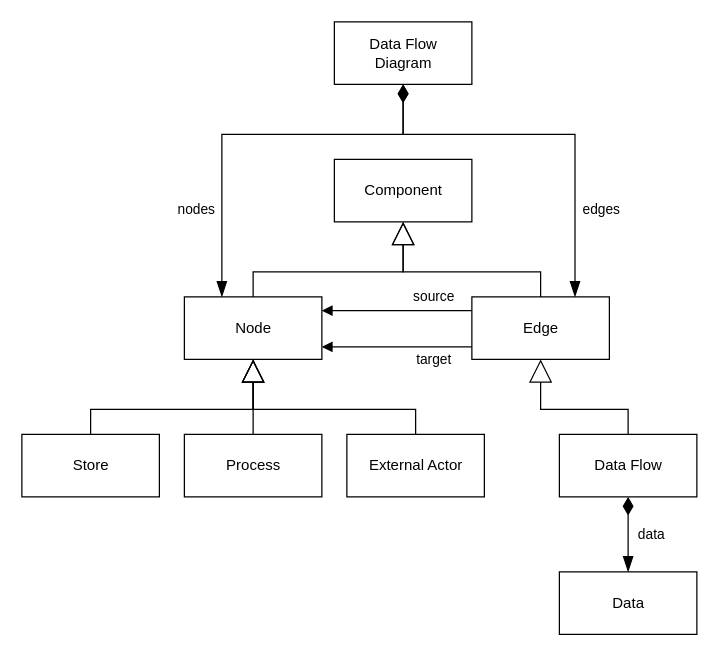
Earlier version of the draw.io diagram page "Seite-3" (3 of 5) of presentation/mm01.drawio (FluidTrust/Palladio-Supporting-DataFlowDiagram). Source tidied: cells renumbered, new cells numbered last; positions are measured from the earlier drawing's top-left corner, leaving out a move shared by most shapes. Both pictures are drawn from the tidied source at 125%, with x=0, y=0 at pixel (21, 21).
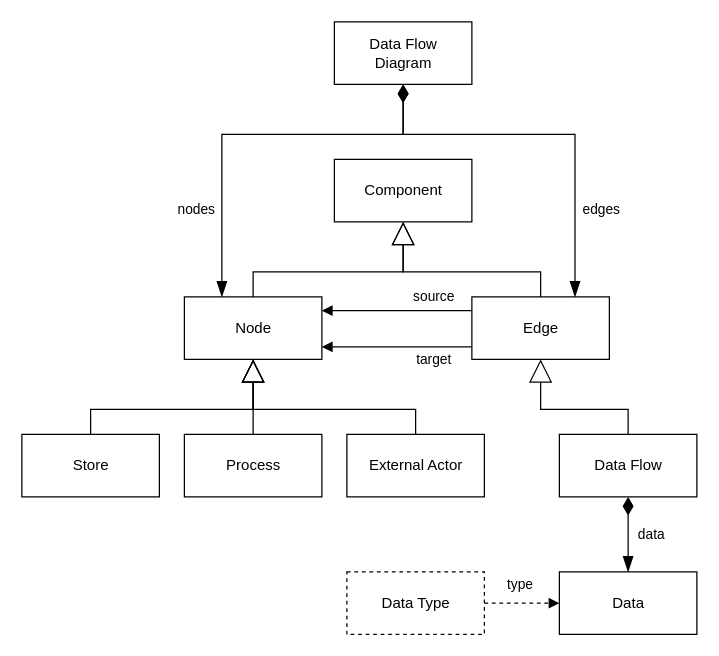
Above is the later version.

The change refers to these unchanged cells:
```xml
<mxCell id="17" value="Data" style="html=1;" parent="1" vertex="1">
  <mxGeometry x="430" y="440" width="110" height="50" as="geometry" />
</mxCell>
```

What changed in the source:
```diff
@@
+    <mxCell id="27" style="group;" parent="1" vertex="1">
+      <mxGeometry x="260" y="440" width="159" height="50" as="geometry" />
+    </mxCell>
+    <mxCell id="28" value="Data Type" style="html=1;dashed=1;" parent="27" vertex="1">
+      <mxGeometry width="110" height="50" as="geometry" />
+    </mxCell>
+    <mxCell id="29" style="endArrow=block;endFill=1;html=1;edgeStyle=orthogonalEdgeStyle;align=left;verticalAlign=top;entryX=0;entryY=0.5;entryDx=0;entryDy=0;exitX=1;exitY=0.5;exitDx=0;exitDy=0;jumpStyle=none;dashed=1;" parent="27" edge="1" source="28" target="17">
+      <mxGeometry x="-0.17" y="-21" relative="1" as="geometry" />
+    </mxCell>
+    <mxCell id="30" value="&lt;font style=&quot;font-size: 11px&quot;&gt;type&lt;/font&gt;" style="text;html=1;strokeColor=none;fillColor=none;align=center;verticalAlign=middle;whiteSpace=wrap;rounded=0;" parent="27" vertex="1">
+      <mxGeometry x="119" width="40" height="20" as="geometry" />
+    </mxCell>
```
